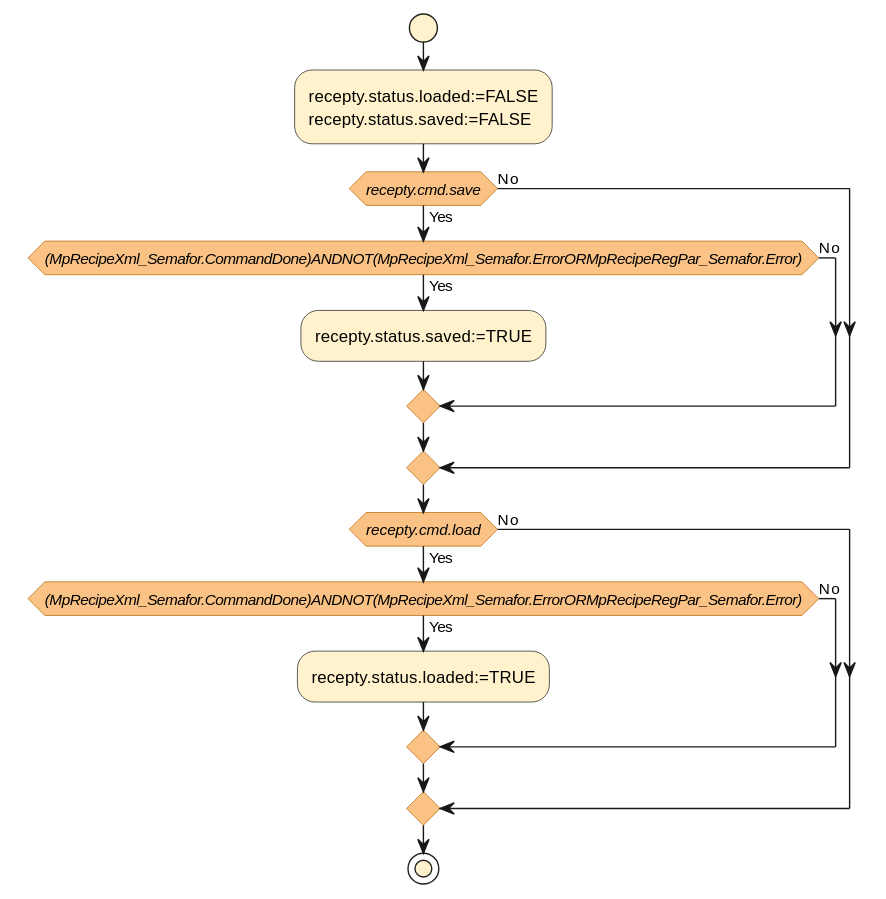
theorangeBirdybird/stdoc_demonstration keeps this PlantUML diagram as inline_umlgraph_7.svg. Above is the earlier version. Source of this version:
```plantuml
@startuml
!define SVG
!define URLFORMAT "svg"
<style>
activityDiagram {
BackgroundColor #fff2cc
BorderColor #d6b656
FontColor #0
FontName arial
diamond {
BackgroundColor #FAC385
LineColor #b46504
FontColor black
FontName arial
}
}
document {
BackgroundColor transparent
}
</style>

start

:recepty.status.loaded:=FALSE
recepty.status.saved:=FALSE;
if (//recepty.cmd.save//) then (Yes)
if (//(MpRecipeXml_Semafor.CommandDone)ANDNOT(MpRecipeXml_Semafor.ErrorORMpRecipeRegPar_Semafor.Error)//) then (Yes)
:recepty.status.saved:=TRUE;
else (No)
endif

else (No)
endif

if (//recepty.cmd.load//) then (Yes)

if (//(MpRecipeXml_Semafor.CommandDone)ANDNOT(MpRecipeXml_Semafor.ErrorORMpRecipeRegPar_Semafor.Error)//) then (Yes)
:recepty.status.loaded:=TRUE;
else (No)
endif

else (No)
endif


stop
@enduml
```
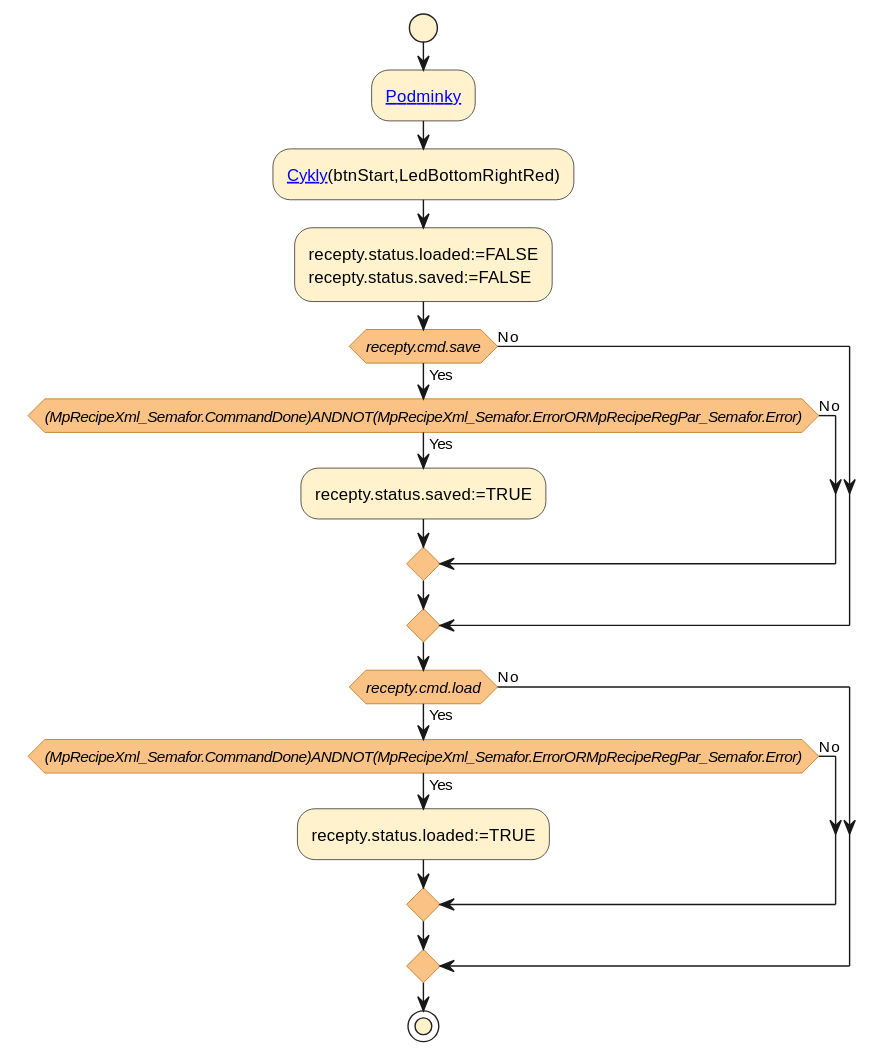
Above is the later version.

Change to the diagram source:
```diff
@@ -21,6 +21,8 @@
 
 start
 
+:[[./md__rizeni__podminky.html Podminky]];
+:[[./md__rizeni__library__cykly.html Cykly]](btnStart,LedBottomRightRed);
 :recepty.status.loaded:=FALSE
 recepty.status.saved:=FALSE;
 if (//recepty.cmd.save//) then (Yes)
```
